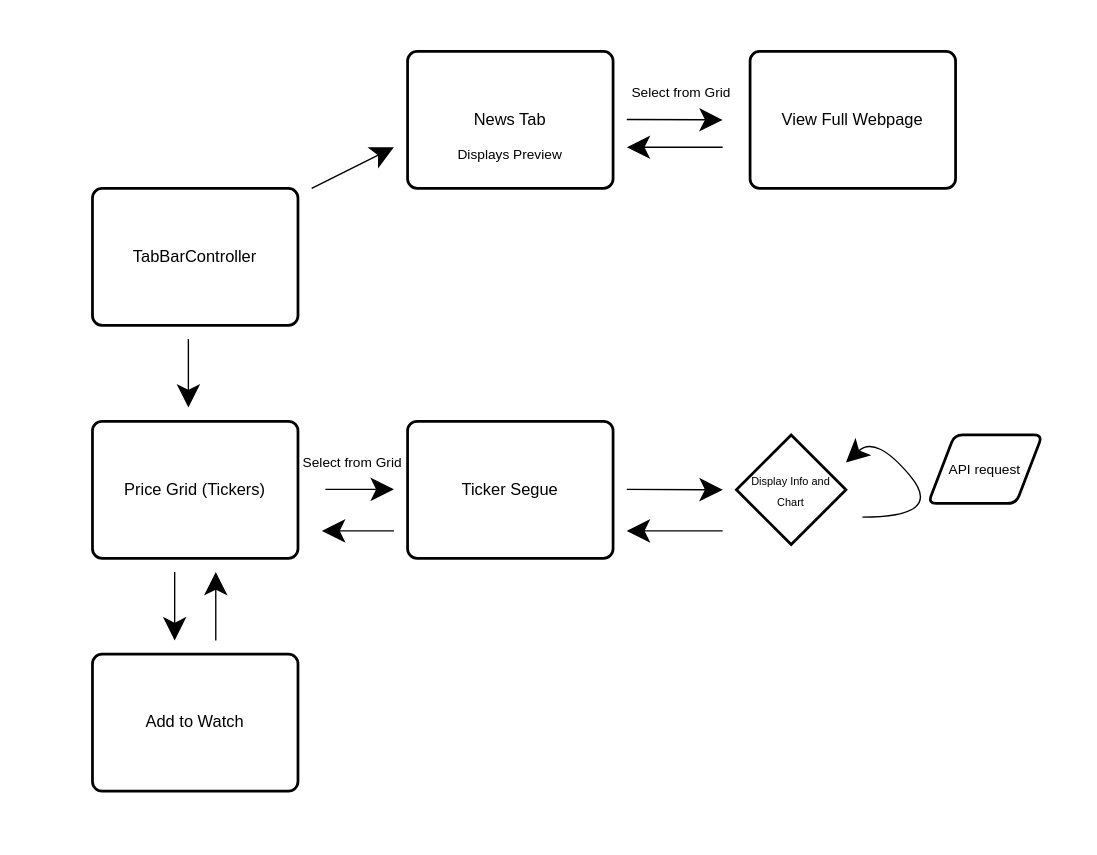
This is app_specifications/wireframe.drawio from alexander-bui/cosc4355_ios_app_project, a draw.io file, before an edit. Source tidied: cells renumbered, new cells numbered last; positions are measured from the earlier drawing's top-left corner, leaving out a move shared by most shapes. Both pictures are drawn from the tidied source at 137%, with x=0, y=0 at pixel (92, 51). Pictures stored in the file or linked from it are replaced by grey dashed boxes.
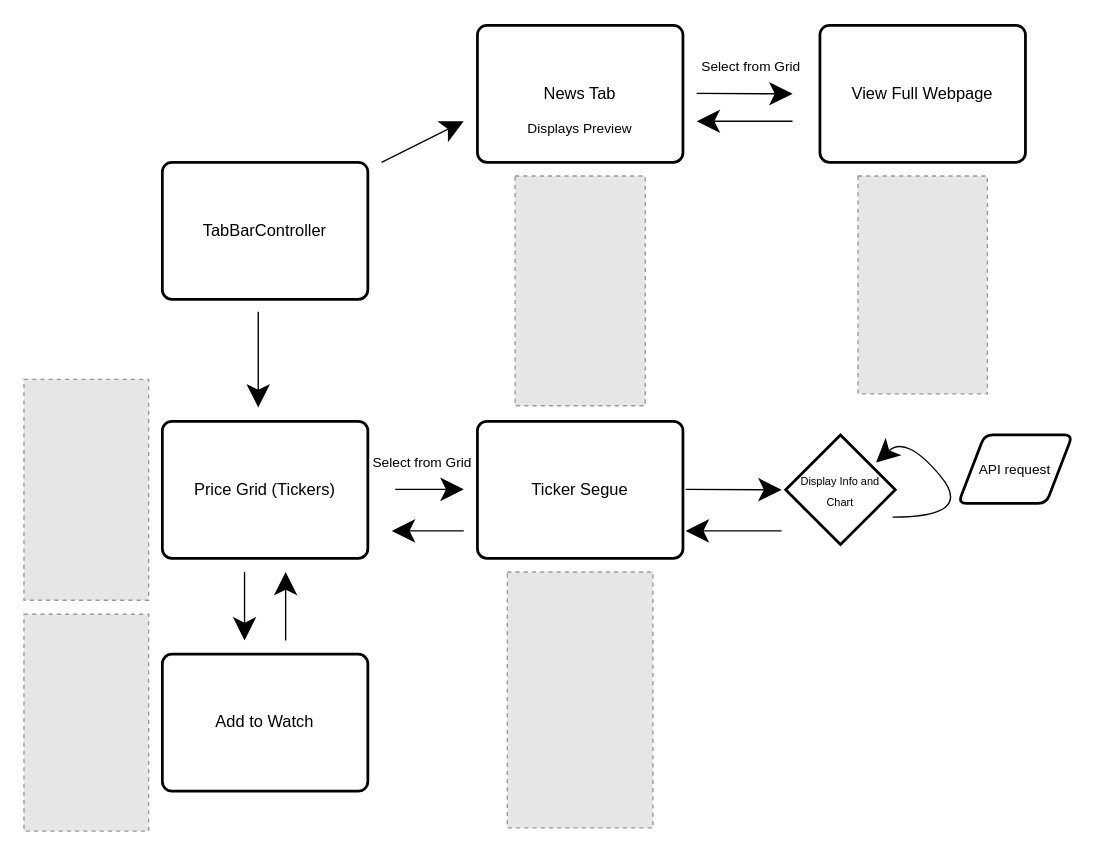
The same page after the edit.

The edit, as a diff of the source:
```diff
@@
     <mxCell id="2" value="Ticker Segue" style="rounded=1;whiteSpace=wrap;html=1;absoluteArcSize=1;arcSize=14;strokeWidth=2;hachureGap=4;" parent="1" vertex="1">
-      <mxGeometry x="230" y="270" width="150" height="100" as="geometry" />
+      <mxGeometry x="281" y="270" width="150" height="100" as="geometry" />
     </mxCell>
     <mxCell id="3" value="News Tab" style="rounded=1;whiteSpace=wrap;html=1;absoluteArcSize=1;arcSize=14;strokeWidth=2;hachureGap=4;" parent="1" vertex="1">
-      <mxGeometry x="230" width="150" height="100" as="geometry" />
+      <mxGeometry x="281" y="-19" width="150" height="100" as="geometry" />
     </mxCell>
     <mxCell id="4" value="TabBarController" style="rounded=1;whiteSpace=wrap;html=1;absoluteArcSize=1;arcSize=14;strokeWidth=2;hachureGap=4;" parent="1" vertex="1">
-      <mxGeometry y="100" width="150" height="100" as="geometry" />
+      <mxGeometry x="51" y="81" width="150" height="100" as="geometry" />
     </mxCell>
     <mxCell id="5" style="endArrow=classic;html=1;startSize=14;endSize=14;sourcePerimeterSpacing=8;targetPerimeterSpacing=8;" parent="1" edge="1">
       <mxGeometry relative="1" as="geometry">
-        <mxPoint x="160" y="100" as="sourcePoint" />
-        <mxPoint x="220" y="70" as="targetPoint" />
+        <mxPoint x="211" y="81" as="sourcePoint" />
+        <mxPoint x="271" y="51" as="targetPoint" />
       </mxGeometry>
     </mxCell>
     <mxCell id="6" style="endArrow=classic;html=1;startSize=14;endSize=14;sourcePerimeterSpacing=8;targetPerimeterSpacing=8;" parent="1" edge="1">
       <mxGeometry relative="1" as="geometry">
-        <mxPoint x="70" y="210" as="sourcePoint" />
-        <mxPoint x="70" y="260" as="targetPoint" />
+        <mxPoint x="121" y="190" as="sourcePoint" />
+        <mxPoint x="121" y="260" as="targetPoint" />
       </mxGeometry>
     </mxCell>
     <mxCell id="7" value="&lt;font&gt;&lt;font style=&quot;font-size: 8px&quot;&gt;Display Info and Chart&lt;/font&gt;&lt;br&gt;&lt;/font&gt;" style="strokeWidth=2;html=1;shape=mxgraph.flowchart.decision;whiteSpace=wrap;hachureGap=4;" parent="1" vertex="1">
-      <mxGeometry x="470" y="280" width="80" height="80" as="geometry" />
+      <mxGeometry x="506" y="280" width="80" height="80" as="geometry" />
     </mxCell>
     <mxCell id="8" style="endArrow=classic;html=1;startSize=14;endSize=14;sourcePerimeterSpacing=8;targetPerimeterSpacing=8;" parent="1" edge="1">
       <mxGeometry relative="1" as="geometry">
-        <mxPoint x="390" y="319.7" as="sourcePoint" />
-        <mxPoint x="460" y="320" as="targetPoint" />
+        <mxPoint x="433" y="319.7" as="sourcePoint" />
+        <mxPoint x="503" y="320" as="targetPoint" />
       </mxGeometry>
     </mxCell>
     <mxCell id="9" style="curved=1;endArrow=classic;html=1;startSize=14;endSize=14;sourcePerimeterSpacing=8;targetPerimeterSpacing=8;" parent="1" edge="1">
       <mxGeometry relative="1" as="geometry">
-        <mxPoint x="562" y="340" as="sourcePoint" />
-        <mxPoint x="550" y="300" as="targetPoint" />
+        <mxPoint x="584" y="340" as="sourcePoint" />
+        <mxPoint x="572" y="300" as="targetPoint" />
         <Array as="points">
-          <mxPoint x="622" y="340" />
-          <mxPoint x="572" y="280" />
+          <mxPoint x="644" y="340" />
+          <mxPoint x="594" y="280" />
         </Array>
       </mxGeometry>
     </mxCell>
     <mxCell id="10" value="&lt;font style=&quot;font-size: 10px&quot;&gt;API request&lt;/font&gt;" style="shape=parallelogram;html=1;strokeWidth=2;perimeter=parallelogramPerimeter;whiteSpace=wrap;rounded=1;arcSize=12;size=0.23;hachureGap=4;" parent="1" vertex="1">
-      <mxGeometry x="610" y="280" width="83.3" height="50" as="geometry" />
+      <mxGeometry x="632" y="280" width="83.3" height="50" as="geometry" />
     </mxCell>
     <mxCell id="11" style="endArrow=classic;html=1;startSize=14;endSize=14;sourcePerimeterSpacing=8;targetPerimeterSpacing=8;" parent="1" edge="1">
       <mxGeometry relative="1" as="geometry">
-        <mxPoint x="460" y="350" as="sourcePoint" />
-        <mxPoint x="390" y="350" as="targetPoint" />
+        <mxPoint x="503" y="350" as="sourcePoint" />
+        <mxPoint x="433" y="350" as="targetPoint" />
       </mxGeometry>
     </mxCell>
     <mxCell id="12" value="&lt;font style=&quot;font-size: 10px&quot;&gt;Displays Preview&lt;/font&gt;" style="text;html=1;strokeColor=none;fillColor=none;align=center;verticalAlign=middle;whiteSpace=wrap;rounded=0;hachureGap=4;" parent="1" vertex="1">
-      <mxGeometry x="235" y="40" width="140" height="70" as="geometry" />
+      <mxGeometry x="286" y="21" width="140" height="70" as="geometry" />
     </mxCell>
     <mxCell id="13" value="Price Grid (Tickers)" style="rounded=1;whiteSpace=wrap;html=1;absoluteArcSize=1;arcSize=14;strokeWidth=2;hachureGap=4;" parent="1" vertex="1">
-      <mxGeometry y="270" width="150" height="100" as="geometry" />
+      <mxGeometry x="51" y="270" width="150" height="100" as="geometry" />
     </mxCell>
     <mxCell id="14" style="endArrow=classic;html=1;startSize=14;endSize=14;sourcePerimeterSpacing=8;targetPerimeterSpacing=8;" parent="1" edge="1">
       <mxGeometry relative="1" as="geometry">
-        <mxPoint x="170" y="319.7" as="sourcePoint" />
-        <mxPoint x="220" y="319.7" as="targetPoint" />
+        <mxPoint x="221" y="319.7" as="sourcePoint" />
+        <mxPoint x="271" y="319.7" as="targetPoint" />
       </mxGeometry>
     </mxCell>
     <mxCell id="15" value="&lt;font style=&quot;font-size: 10px&quot;&gt;Select from Grid&lt;/font&gt;" style="text;html=1;strokeColor=none;fillColor=none;align=center;verticalAlign=middle;whiteSpace=wrap;rounded=0;hachureGap=4;" parent="1" vertex="1">
-      <mxGeometry x="150" y="280" width="80" height="40" as="geometry" />
+      <mxGeometry x="201" y="280" width="80" height="40" as="geometry" />
     </mxCell>
     <mxCell id="16" style="endArrow=classic;html=1;startSize=14;endSize=14;sourcePerimeterSpacing=8;targetPerimeterSpacing=8;" parent="1" edge="1">
       <mxGeometry relative="1" as="geometry">
-        <mxPoint x="390" y="49.7" as="sourcePoint" />
-        <mxPoint x="460" y="50" as="targetPoint" />
+        <mxPoint x="441" y="30.7" as="sourcePoint" />
+        <mxPoint x="511" y="31" as="targetPoint" />
       </mxGeometry>
     </mxCell>
     <mxCell id="17" value="View Full Webpage" style="rounded=1;whiteSpace=wrap;html=1;absoluteArcSize=1;arcSize=14;strokeWidth=2;hachureGap=4;" parent="1" vertex="1">
-      <mxGeometry x="480" width="150" height="100" as="geometry" />
+      <mxGeometry x="531" y="-19" width="150" height="100" as="geometry" />
     </mxCell>
     <mxCell id="18" value="&lt;font style=&quot;font-size: 10px&quot;&gt;Select from Grid&lt;/font&gt;" style="text;html=1;strokeColor=none;fillColor=none;align=center;verticalAlign=middle;whiteSpace=wrap;rounded=0;hachureGap=4;" parent="1" vertex="1">
-      <mxGeometry x="390" y="10" width="80" height="40" as="geometry" />
+      <mxGeometry x="441" y="-9" width="80" height="40" as="geometry" />
     </mxCell>
     <mxCell id="19" style="endArrow=classic;html=1;startSize=14;endSize=14;sourcePerimeterSpacing=8;targetPerimeterSpacing=8;" parent="1" edge="1">
       <mxGeometry relative="1" as="geometry">
-        <mxPoint x="60" y="380" as="sourcePoint" />
-        <mxPoint x="60" y="430" as="targetPoint" />
+        <mxPoint x="111" y="380" as="sourcePoint" />
+        <mxPoint x="111" y="430" as="targetPoint" />
       </mxGeometry>
     </mxCell>
     <mxCell id="20" style="endArrow=classic;html=1;startSize=14;endSize=14;sourcePerimeterSpacing=8;targetPerimeterSpacing=8;" parent="1" edge="1">
       <mxGeometry relative="1" as="geometry">
-        <mxPoint x="90" y="430" as="sourcePoint" />
-        <mxPoint x="90" y="380" as="targetPoint" />
+        <mxPoint x="141" y="430" as="sourcePoint" />
+        <mxPoint x="141" y="380" as="targetPoint" />
       </mxGeometry>
     </mxCell>
     <mxCell id="21" value="Add to Watch" style="rounded=1;whiteSpace=wrap;html=1;absoluteArcSize=1;arcSize=14;strokeWidth=2;hachureGap=4;" parent="1" vertex="1">
-      <mxGeometry y="440" width="150" height="100" as="geometry" />
+      <mxGeometry x="51" y="440" width="150" height="100" as="geometry" />
     </mxCell>
     <mxCell id="22" style="endArrow=classic;html=1;startSize=14;endSize=14;sourcePerimeterSpacing=8;targetPerimeterSpacing=8;" parent="1" edge="1">
       <mxGeometry relative="1" as="geometry">
-        <mxPoint x="460" y="70" as="sourcePoint" />
-        <mxPoint x="390" y="70" as="targetPoint" />
+        <mxPoint x="511" y="51" as="sourcePoint" />
+        <mxPoint x="441" y="51" as="targetPoint" />
       </mxGeometry>
     </mxCell>
     <mxCell id="23" style="endArrow=classic;html=1;startSize=14;endSize=14;sourcePerimeterSpacing=8;targetPerimeterSpacing=8;" parent="1" edge="1">
       <mxGeometry relative="1" as="geometry">
-        <mxPoint x="220" y="350" as="sourcePoint" />
-        <mxPoint x="167.5" y="350" as="targetPoint" />
+        <mxPoint x="271" y="350" as="sourcePoint" />
+        <mxPoint x="218.5" y="350" as="targetPoint" />
       </mxGeometry>
     </mxCell>
+    <mxCell id="24" style="fillColor=#E6E6E6;strokeColor=#999999;dashed=1;verticalLabelPosition=bottom;labelBackgroundColor=#ffffff;verticalAlign=top;" parent="1" vertex="1">
+      <mxGeometry x="302.8" y="380" width="106.3" height="186.8" as="geometry" />
+    </mxCell>
+    <mxCell id="25" style="fillColor=#E6E6E6;strokeColor=#999999;dashed=1;verticalLabelPosition=bottom;labelBackgroundColor=#ffffff;verticalAlign=top;" parent="1" vertex="1">
+      <mxGeometry x="308.5" y="91" width="95" height="167.7" as="geometry" />
+    </mxCell>
+    <mxCell id="26" style="fillColor=#E6E6E6;strokeColor=#999999;dashed=1;verticalLabelPosition=bottom;labelBackgroundColor=#ffffff;verticalAlign=top;" parent="1" vertex="1">
+      <mxGeometry x="-50" y="239.4" width="91" height="161.2" as="geometry" />
+    </mxCell>
+    <mxCell id="27" style="fillColor=#E6E6E6;strokeColor=#999999;dashed=1;verticalLabelPosition=bottom;labelBackgroundColor=#ffffff;verticalAlign=top;" parent="1" vertex="1">
+      <mxGeometry x="-50" y="410.9" width="91" height="158.3" as="geometry" />
+    </mxCell>
+    <mxCell id="28" style="fillColor=#E6E6E6;strokeColor=#999999;dashed=1;verticalLabelPosition=bottom;labelBackgroundColor=#ffffff;verticalAlign=top;" parent="1" vertex="1">
+      <mxGeometry x="558.8" y="91" width="94.4" height="159" as="geometry" />
+    </mxCell>
```
